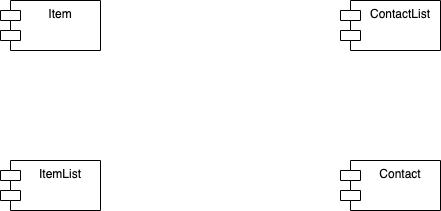
Earlier version of the draw.io export Communicating Architecture/UML Component Diagram/Mobile App UML Component Diagram.png (smitbmx/Architecture-Diagrams). Source tidied: cells renumbered, new cells last; positions are measured from the earlier drawing's top-left corner, leaving out a move shared by most shapes.
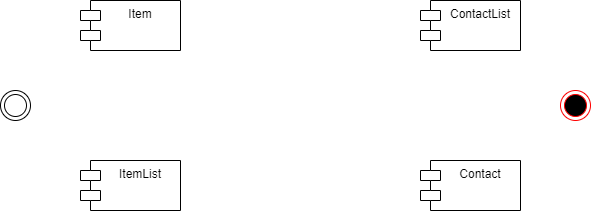
Later version of the same file.

What changed in the source:
```diff
@@ -14,5 +14,11 @@
     <mxCell id="5" value="ItemList" style="shape=module;align=left;spacingLeft=20;align=center;verticalAlign=top;" parent="1" vertex="1">
       <mxGeometry y="160" width="100" height="50" as="geometry" />
     </mxCell>
+    <mxCell id="6" style="ellipse;shape=doubleEllipse;html=1;dashed=0;whitespace=wrap;" parent="1" vertex="1">
+      <mxGeometry x="-80" y="90" width="30" height="30" as="geometry" />
+    </mxCell>
+    <mxCell id="7" style="ellipse;html=1;shape=endState;fillColor=#000000;strokeColor=#ff0000;" parent="1" vertex="1">
+      <mxGeometry x="480" y="90" width="30" height="30" as="geometry" />
+    </mxCell>
   </root>
 </mxGraphModel>
```
